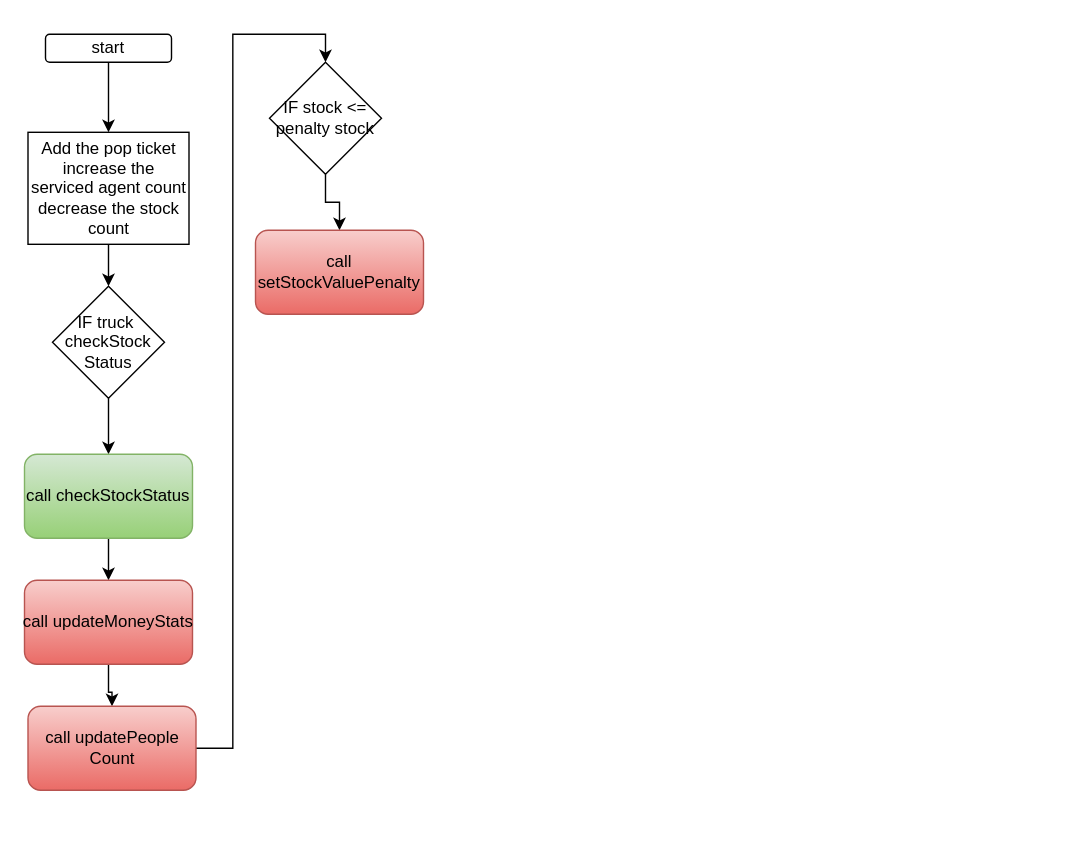
Above: foodtruck/addCoins.drawio in sivagit/diagrams (draw.io), before the change. Source tidied: cells renumbered, new cells numbered last; positions are measured from the earlier drawing's top-left corner, leaving out a move shared by most shapes. Both pictures are drawn from the tidied source at 140%, with x=0, y=0 at pixel (24, 34).
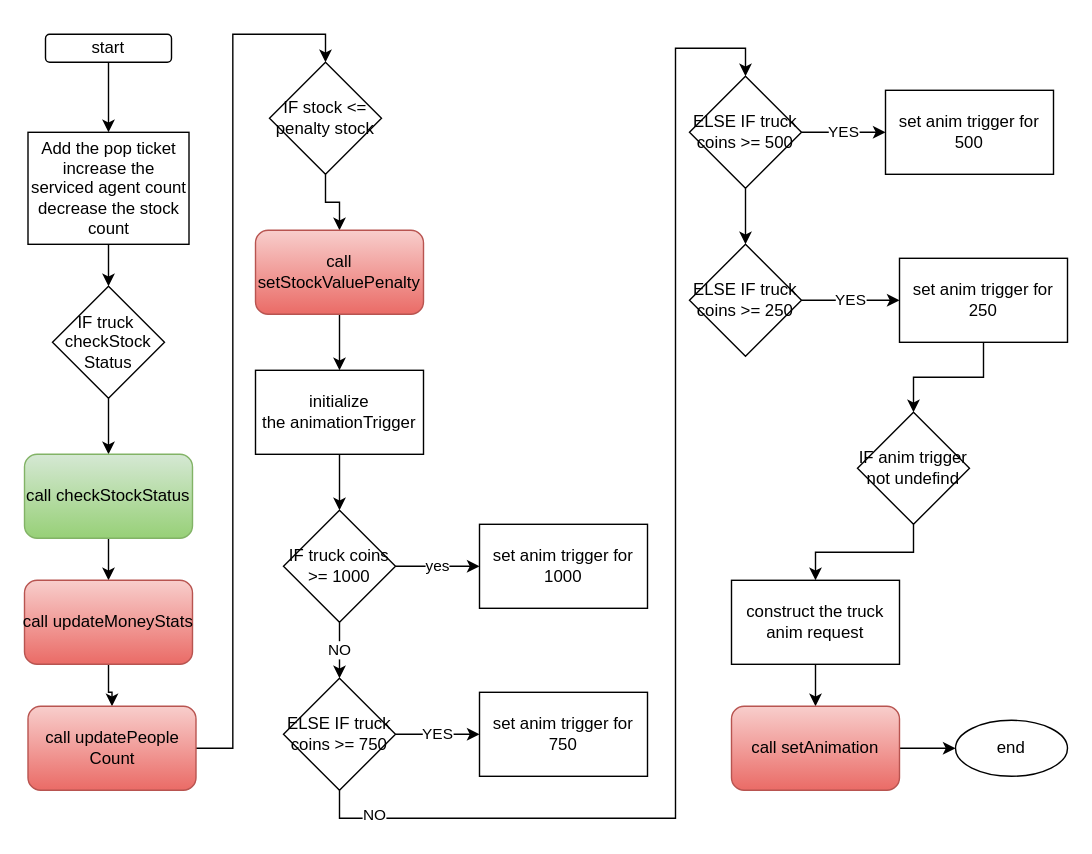
The same diagram, later.

The change refers to these unchanged cells:
```xml
<mxCell id="16" value="call setStockValuePenalty" style="rounded=1;whiteSpace=wrap;html=1;fillColor=#f8cecc;gradientColor=#ea6b66;strokeColor=#b85450;" parent="1" vertex="1">
  <mxGeometry x="165" y="140" width="120" height="60" as="geometry" />
</mxCell>
```

What changed in the source:
```diff
@@
+    <mxCell id="17" style="edgeStyle=orthogonalEdgeStyle;rounded=0;jettySize=auto;html=1;" parent="1" edge="1" source="16" target="19">
+      <mxGeometry relative="1" as="geometry" />
+    </mxCell>
@@
+    <mxCell id="18" style="edgeStyle=orthogonalEdgeStyle;rounded=0;jettySize=auto;html=1;" parent="1" edge="1" source="19" target="22">
+      <mxGeometry relative="1" as="geometry" />
+    </mxCell>
+    <mxCell id="19" value="initialize the&amp;nbsp;animationTrigger" style="rounded=0;whiteSpace=wrap;html=1;" parent="1" vertex="1">
+      <mxGeometry x="165" y="240" width="120" height="60" as="geometry" />
+    </mxCell>
+    <mxCell id="20" value="yes" style="edgeStyle=orthogonalEdgeStyle;rounded=0;jettySize=auto;html=1;" parent="1" edge="1" source="22" target="23">
+      <mxGeometry relative="1" as="geometry" />
+    </mxCell>
+    <mxCell id="21" value="NO" style="edgeStyle=orthogonalEdgeStyle;rounded=0;jettySize=auto;html=1;" parent="1" edge="1" source="22" target="27">
+      <mxGeometry relative="1" as="geometry">
+        <Array as="points">
+          <mxPoint x="225" y="440" />
+          <mxPoint x="225" y="440" />
+        </Array>
+      </mxGeometry>
+    </mxCell>
+    <mxCell id="22" value="IF truck coins &amp;gt;= 1000" style="rhombus;whiteSpace=wrap;html=1;rounded=0;" parent="1" vertex="1">
+      <mxGeometry x="185" y="340" width="80" height="80" as="geometry" />
+    </mxCell>
+    <mxCell id="23" value="set anim trigger for 1000" style="whiteSpace=wrap;html=1;rounded=0;" parent="1" vertex="1">
+      <mxGeometry x="325" y="350" width="120" height="60" as="geometry" />
+    </mxCell>
+    <mxCell id="24" value="YES" style="edgeStyle=orthogonalEdgeStyle;rounded=0;jettySize=auto;html=1;" parent="1" edge="1" source="27" target="28">
+      <mxGeometry relative="1" as="geometry" />
+    </mxCell>
+    <mxCell id="25" style="edgeStyle=orthogonalEdgeStyle;rounded=0;jettySize=auto;html=1;entryX=0.5;entryY=0;entryDx=0;entryDy=0;" parent="1" edge="1" source="27" target="31">
+      <mxGeometry relative="1" as="geometry">
+        <Array as="points">
+          <mxPoint x="225" y="560" />
+          <mxPoint x="465" y="560" />
+          <mxPoint x="465" y="10" />
+          <mxPoint x="515" y="10" />
+        </Array>
+      </mxGeometry>
+    </mxCell>
+    <mxCell id="26" value="NO" style="edgeLabel;html=1;align=center;verticalAlign=middle;" parent="25" vertex="1">
+      <mxGeometry x="-0.9" y="3" relative="1" as="geometry" />
+    </mxCell>
+    <mxCell id="27" value="ELSE IF truck coins &amp;gt;= 750" style="rhombus;whiteSpace=wrap;html=1;rounded=0;" parent="1" vertex="1">
+      <mxGeometry x="185" y="460" width="80" height="80" as="geometry" />
+    </mxCell>
+    <mxCell id="28" value="set anim trigger for 750" style="whiteSpace=wrap;html=1;rounded=0;" parent="1" vertex="1">
+      <mxGeometry x="325" y="470" width="120" height="60" as="geometry" />
+    </mxCell>
+    <mxCell id="29" value="YES" style="edgeStyle=orthogonalEdgeStyle;rounded=0;jettySize=auto;html=1;" parent="1" edge="1" source="31" target="32">
+      <mxGeometry relative="1" as="geometry" />
+    </mxCell>
+    <mxCell id="30" style="edgeStyle=orthogonalEdgeStyle;rounded=0;jettySize=auto;html=1;" parent="1" edge="1" source="31" target="34">
+      <mxGeometry relative="1" as="geometry" />
+    </mxCell>
+    <mxCell id="31" value="ELSE IF truck coins &amp;gt;= 500" style="rhombus;whiteSpace=wrap;html=1;rounded=0;" parent="1" vertex="1">
+      <mxGeometry x="475" y="30" width="80" height="80" as="geometry" />
+    </mxCell>
+    <mxCell id="32" value="set anim trigger for 500" style="whiteSpace=wrap;html=1;rounded=0;" parent="1" vertex="1">
+      <mxGeometry x="615" y="40" width="120" height="60" as="geometry" />
+    </mxCell>
+    <mxCell id="33" value="YES" style="edgeStyle=orthogonalEdgeStyle;rounded=0;jettySize=auto;html=1;" parent="1" edge="1" source="34" target="36">
+      <mxGeometry relative="1" as="geometry" />
+    </mxCell>
+    <mxCell id="34" value="ELSE IF truck coins &amp;gt;= 250" style="rhombus;whiteSpace=wrap;html=1;rounded=0;" parent="1" vertex="1">
+      <mxGeometry x="475" y="150" width="80" height="80" as="geometry" />
+    </mxCell>
+    <mxCell id="35" style="edgeStyle=orthogonalEdgeStyle;rounded=0;jettySize=auto;html=1;" parent="1" edge="1" source="36" target="38">
+      <mxGeometry relative="1" as="geometry" />
+    </mxCell>
+    <mxCell id="36" value="set anim trigger for 250" style="whiteSpace=wrap;html=1;rounded=0;" parent="1" vertex="1">
+      <mxGeometry x="625" y="160" width="120" height="60" as="geometry" />
+    </mxCell>
+    <mxCell id="37" style="edgeStyle=orthogonalEdgeStyle;rounded=0;jettySize=auto;html=1;" parent="1" edge="1" source="38" target="40">
+      <mxGeometry relative="1" as="geometry" />
+    </mxCell>
+    <mxCell id="38" value="IF anim trigger not undefind" style="rhombus;whiteSpace=wrap;html=1;rounded=0;" parent="1" vertex="1">
+      <mxGeometry x="595" y="270" width="80" height="80" as="geometry" />
+    </mxCell>
+    <mxCell id="39" style="edgeStyle=orthogonalEdgeStyle;rounded=0;jettySize=auto;html=1;" parent="1" edge="1" source="40" target="42">
+      <mxGeometry relative="1" as="geometry" />
+    </mxCell>
+    <mxCell id="40" value="construct the truck anim request" style="whiteSpace=wrap;html=1;rounded=0;" parent="1" vertex="1">
+      <mxGeometry x="505" y="390" width="120" height="60" as="geometry" />
+    </mxCell>
+    <mxCell id="41" style="edgeStyle=orthogonalEdgeStyle;rounded=0;jettySize=auto;html=1;" parent="1" edge="1" source="42" target="43">
+      <mxGeometry relative="1" as="geometry" />
+    </mxCell>
+    <mxCell id="42" value="call&amp;nbsp;setAnimation" style="rounded=1;whiteSpace=wrap;html=1;fillColor=#f8cecc;gradientColor=#ea6b66;strokeColor=#b85450;" parent="1" vertex="1">
+      <mxGeometry x="505" y="480" width="120" height="60" as="geometry" />
+    </mxCell>
+    <mxCell id="43" value="end" style="ellipse;whiteSpace=wrap;html=1;" parent="1" vertex="1">
+      <mxGeometry x="665" y="490" width="80" height="40" as="geometry" />
+    </mxCell>
```
